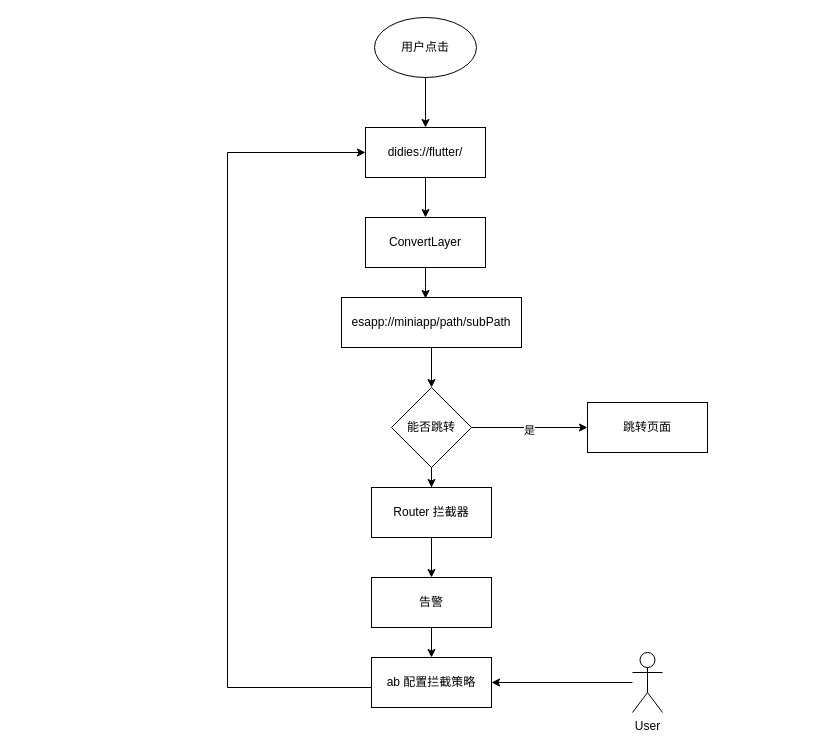
The draw.io diagram 容器化实施方案.drawio in ashen-23/DrawIORepo, before the edit. Source tidied: cells renumbered, new cells numbered last; positions are measured from the earlier drawing's top-left corner, leaving out a move shared by most shapes. Both pictures are drawn from the tidied source at 100%, with x=0, y=0 at pixel (227, 17).
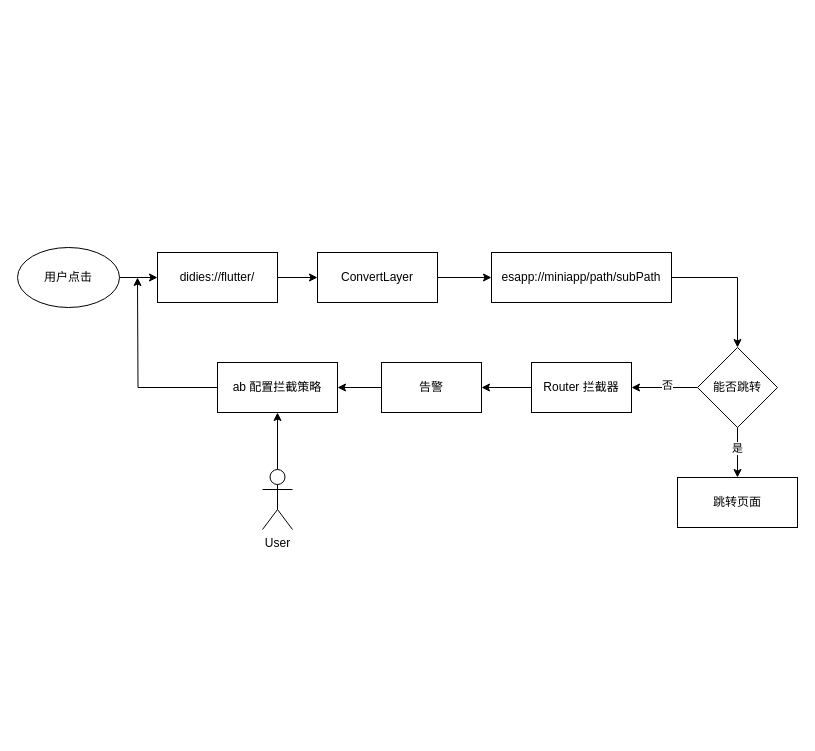
The same page after the edit.

Commit message (it also covers changes not shown here):
更新容器化实施方案.drawio

What changed in the source:
```diff
@@
-    <mxCell id="2" style="edgeStyle=orthogonalEdgeStyle;rounded=0;jettySize=auto;html=1;entryX=0.467;entryY=0.02;entryDx=0;entryDy=0;entryPerimeter=0;" parent="1" edge="1" source="3" target="7">
+    <mxCell id="2" style="edgeStyle=orthogonalEdgeStyle;rounded=0;jettySize=auto;html=1;entryX=0;entryY=0.5;entryDx=0;entryDy=0;" parent="1" edge="1" source="3" target="7">
       <mxGeometry relative="1" as="geometry" />
     </mxCell>
     <mxCell id="3" value="ConvertLayer" style="rounded=0;whiteSpace=wrap;html=1;" parent="1" vertex="1">
-      <mxGeometry x="138" y="200" width="120" height="50" as="geometry" />
+      <mxGeometry x="90" y="235" width="120" height="50" as="geometry" />
     </mxCell>
-    <mxCell id="4" style="edgeStyle=orthogonalEdgeStyle;rounded=0;jettySize=auto;html=1;entryX=0.5;entryY=0;entryDx=0;entryDy=0;" parent="1" edge="1" source="5" target="3">
+    <mxCell id="4" style="edgeStyle=orthogonalEdgeStyle;rounded=0;jettySize=auto;html=1;entryX=0;entryY=0.5;entryDx=0;entryDy=0;" parent="1" edge="1" source="5" target="3">
       <mxGeometry relative="1" as="geometry" />
     </mxCell>
     <mxCell id="5" value="didies://flutter/" style="rounded=0;whiteSpace=wrap;html=1;" parent="1" vertex="1">
-      <mxGeometry x="138" y="110" width="120" height="50" as="geometry" />
+      <mxGeometry x="-70" y="235" width="120" height="50" as="geometry" />
     </mxCell>
@@
     <mxCell id="7" value="esapp://miniapp/path/subPath" style="whiteSpace=wrap;html=1;" parent="1" vertex="1">
-      <mxGeometry x="114" y="280" width="180" height="50" as="geometry" />
+      <mxGeometry x="264" y="235" width="180" height="50" as="geometry" />
     </mxCell>
+    <mxCell id="10" style="edgeStyle=orthogonalEdgeStyle;rounded=0;jettySize=auto;html=1;entryX=1;entryY=0.5;entryDx=0;entryDy=0;" parent="1" edge="1" source="11" target="18">
+      <mxGeometry relative="1" as="geometry" />
+    </mxCell>
+    <mxCell id="23" value="否" style="edgeLabel;html=1;align=center;verticalAlign=middle;" parent="10" vertex="1">
+      <mxGeometry x="-0.05" y="-3" relative="1" as="geometry" />
+    </mxCell>
-    <mxCell id="8" style="edgeStyle=orthogonalEdgeStyle;rounded=0;jettySize=auto;html=1;entryX=0;entryY=0.5;entryDx=0;entryDy=0;" parent="1" edge="1" source="11" target="12">
+    <mxCell id="8" style="edgeStyle=orthogonalEdgeStyle;rounded=0;jettySize=auto;html=1;" parent="1" edge="1" source="11" target="12">
       <mxGeometry relative="1" as="geometry" />
     </mxCell>
     <mxCell id="9" value="是" style="edgeLabel;html=1;align=center;verticalAlign=middle;" parent="8" vertex="1">
-      <mxGeometry x="-0.02" y="-2" relative="1" as="geometry" />
+      <mxGeometry x="-0.2" y="-1" relative="1" as="geometry" />
     </mxCell>
-    <mxCell id="10" style="edgeStyle=orthogonalEdgeStyle;rounded=0;jettySize=auto;html=1;entryX=0.5;entryY=0;entryDx=0;entryDy=0;" parent="1" edge="1" source="11" target="18">
-      <mxGeometry relative="1" as="geometry" />
-    </mxCell>
     <mxCell id="11" value="能否跳转" style="rhombus;whiteSpace=wrap;html=1;" parent="1" vertex="1">
-      <mxGeometry x="164" y="370" width="80" height="80" as="geometry" />
+      <mxGeometry x="470" y="330" width="80" height="80" as="geometry" />
     </mxCell>
     <mxCell id="12" value="跳转页面" style="whiteSpace=wrap;html=1;" parent="1" vertex="1">
-      <mxGeometry x="360" y="385" width="120" height="50" as="geometry" />
+      <mxGeometry x="450" y="460" width="120" height="50" as="geometry" />
     </mxCell>
-    <mxCell id="13" style="edgeStyle=orthogonalEdgeStyle;rounded=0;jettySize=auto;html=1;entryX=0.5;entryY=0;entryDx=0;entryDy=0;" parent="1" edge="1" source="14" target="16">
+    <mxCell id="13" style="edgeStyle=orthogonalEdgeStyle;rounded=0;jettySize=auto;html=1;entryX=1;entryY=0.5;entryDx=0;entryDy=0;" parent="1" edge="1" source="14" target="16">
       <mxGeometry relative="1" as="geometry" />
     </mxCell>
     <mxCell id="14" value="告警" style="whiteSpace=wrap;html=1;" parent="1" vertex="1">
-      <mxGeometry x="144" y="560" width="120" height="50" as="geometry" />
+      <mxGeometry x="154" y="345" width="100" height="50" as="geometry" />
     </mxCell>
-    <mxCell id="15" style="edgeStyle=orthogonalEdgeStyle;rounded=0;jettySize=auto;html=1;entryX=0;entryY=0.5;entryDx=0;entryDy=0;" parent="1" edge="1" source="16" target="5">
-      <mxGeometry relative="1" as="geometry">
-        <Array as="points">
-          <mxPoint y="670" />
-          <mxPoint y="135" />
-        </Array>
-      </mxGeometry>
-    </mxCell>
+    <mxCell id="24" style="edgeStyle=orthogonalEdgeStyle;rounded=0;jettySize=auto;html=1;" parent="1" edge="1" source="16">
+      <mxGeometry relative="1" as="geometry">
+        <mxPoint x="-90" y="260" as="targetPoint" />
+      </mxGeometry>
+    </mxCell>
     <mxCell id="16" value="ab 配置拦截策略" style="whiteSpace=wrap;html=1;" parent="1" vertex="1">
-      <mxGeometry x="144" y="640" width="120" height="50" as="geometry" />
+      <mxGeometry x="-10" y="345" width="120" height="50" as="geometry" />
     </mxCell>
-    <mxCell id="17" style="edgeStyle=orthogonalEdgeStyle;rounded=0;jettySize=auto;html=1;entryX=0.5;entryY=0;entryDx=0;entryDy=0;" parent="1" edge="1" source="18" target="14">
+    <mxCell id="17" style="edgeStyle=orthogonalEdgeStyle;rounded=0;jettySize=auto;html=1;entryX=1;entryY=0.5;entryDx=0;entryDy=0;" parent="1" edge="1" source="18" target="14">
       <mxGeometry relative="1" as="geometry" />
     </mxCell>
     <mxCell id="18" value="Router 拦截器" style="whiteSpace=wrap;html=1;" parent="1" vertex="1">
-      <mxGeometry x="144" y="470" width="120" height="50" as="geometry" />
+      <mxGeometry x="304" y="345" width="100" height="50" as="geometry" />
     </mxCell>
-    <mxCell id="19" style="edgeStyle=orthogonalEdgeStyle;rounded=0;jettySize=auto;html=1;entryX=1;entryY=0.5;entryDx=0;entryDy=0;" parent="1" edge="1" source="20" target="16">
+    <mxCell id="19" style="edgeStyle=orthogonalEdgeStyle;rounded=0;jettySize=auto;html=1;entryX=0.5;entryY=1;entryDx=0;entryDy=0;" parent="1" edge="1" source="20" target="16">
       <mxGeometry relative="1" as="geometry" />
     </mxCell>
     <mxCell id="20" value="User" style="shape=umlActor;verticalLabelPosition=bottom;verticalAlign=top;html=1;outlineConnect=0;" parent="1" vertex="1">
-      <mxGeometry x="405" y="635" width="30" height="60" as="geometry" />
+      <mxGeometry x="35" y="452" width="30" height="60" as="geometry" />
     </mxCell>
-    <mxCell id="21" style="edgeStyle=orthogonalEdgeStyle;rounded=0;jettySize=auto;html=1;entryX=0.5;entryY=0;entryDx=0;entryDy=0;" parent="1" edge="1" source="22" target="5">
+    <mxCell id="21" style="edgeStyle=orthogonalEdgeStyle;rounded=0;jettySize=auto;html=1;entryX=0;entryY=0.5;entryDx=0;entryDy=0;" parent="1" edge="1" source="22" target="5">
       <mxGeometry relative="1" as="geometry" />
     </mxCell>
     <mxCell id="22" value="用户点击" style="ellipse;whiteSpace=wrap;html=1;" parent="1" vertex="1">
-      <mxGeometry x="147" width="102" height="60" as="geometry" />
+      <mxGeometry x="-210" y="230" width="102" height="60" as="geometry" />
     </mxCell>
```
